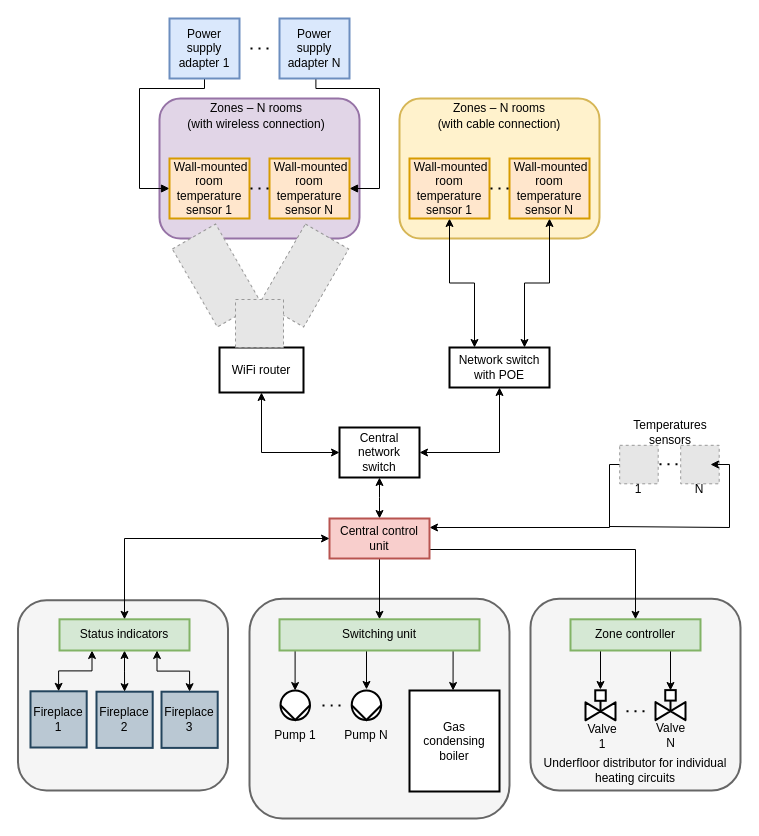
Above: diagrams/drawio/hardware-part.drawio in RomLab/system-for-underfloor-heating-v2.0 (draw.io), before the change. Source tidied: cells renumbered, new cells numbered last; positions are measured from the earlier drawing's top-left corner, leaving out a move shared by most shapes. Both pictures are drawn from the tidied source at 100%, with x=0, y=0 at pixel (17, 18). Pictures stored in the file or linked from it are replaced by grey dashed boxes.
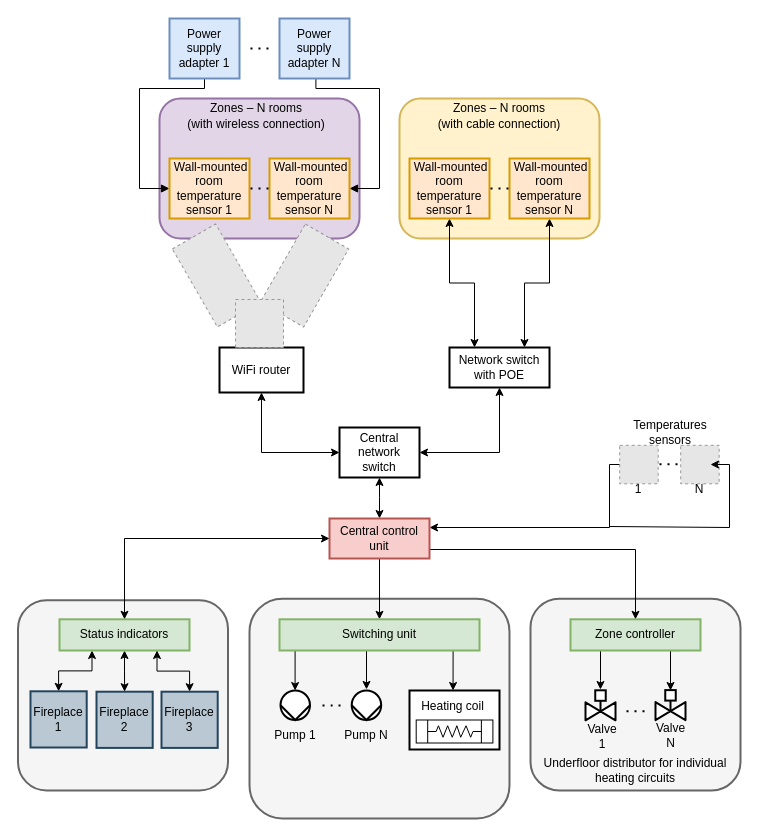
After the change.

Change to the diagram source:
```diff
@@
-    <mxCell id="49" value="Gas &lt;br&gt;condensing boiler" style="rounded=0;whiteSpace=wrap;html=1;strokeWidth=2;" parent="1" vertex="1">
-      <mxGeometry x="392" y="672" width="90" height="101" as="geometry" />
+    <mxCell id="49" style="rounded=0;whiteSpace=wrap;html=1;strokeWidth=2;" parent="1" vertex="1">
+      <mxGeometry x="392" y="672" width="90" height="59" as="geometry" />
     </mxCell>
@@
+    <mxCell id="79" style="shape=mxgraph.pid.heat_exchangers.heat_exchanger_(coil_tubes);html=1;align=center;verticalLabelPosition=bottom;verticalAlign=top;dashed=0;" parent="1" vertex="1">
+      <mxGeometry x="398.7" y="701.5" width="76.7" height="23" as="geometry" />
+    </mxCell>
+    <mxCell id="80" value="Heating coil" style="text;html=1;strokeColor=none;fillColor=none;align=center;verticalAlign=middle;whiteSpace=wrap;rounded=0;" parent="1" vertex="1">
+      <mxGeometry x="399" y="673.2" width="73" height="30" as="geometry" />
+    </mxCell>
```
